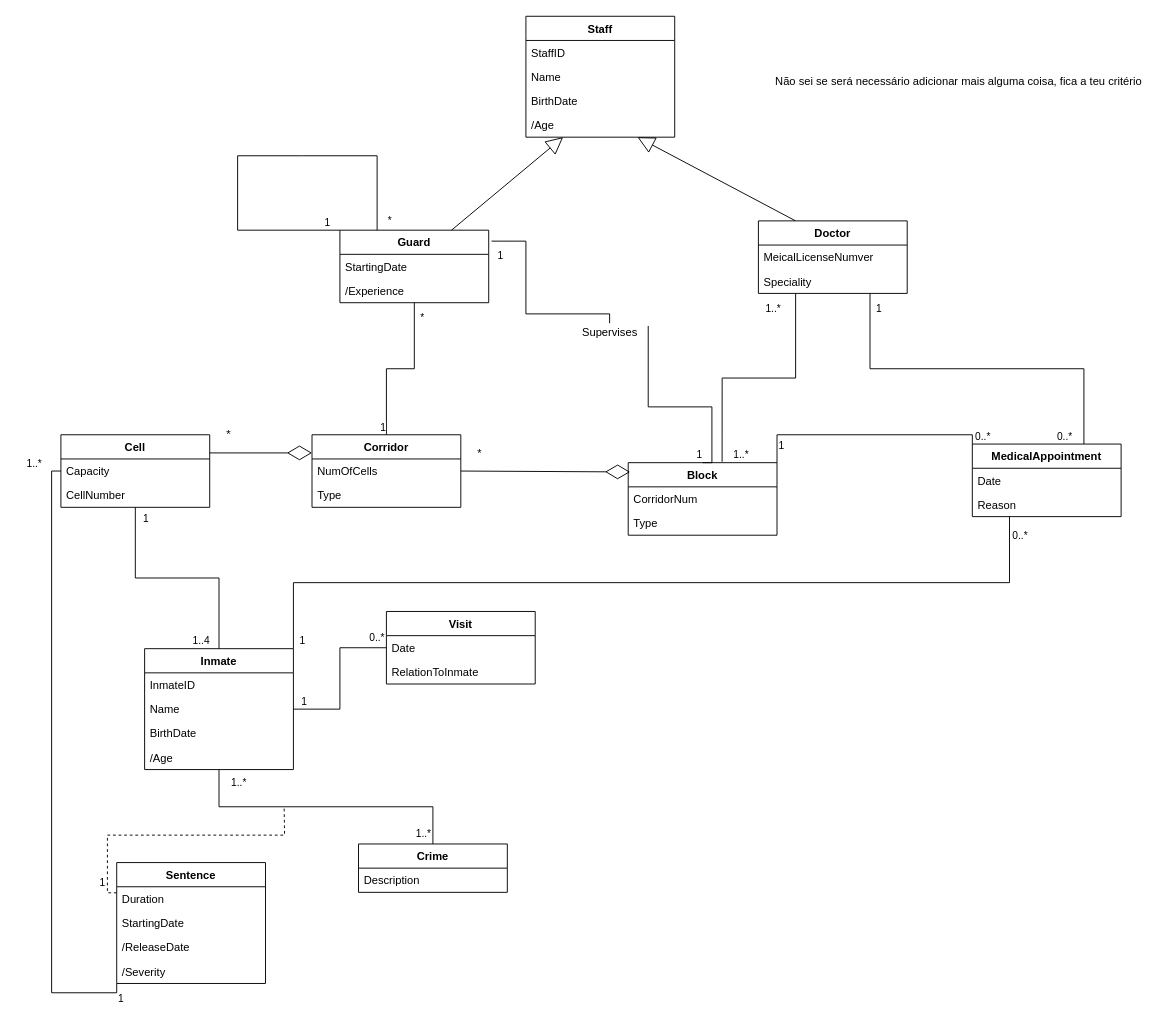
The draw.io diagram Untitled Diagram.drawio in up201706117/BD_PrisonProject, before the edit. Source tidied: cells renumbered, new cells numbered last; positions are measured from the earlier drawing's top-left corner, leaving out a move shared by most shapes. Both pictures are drawn from the tidied source at 93%, with x=0, y=0 at pixel (60, 16).
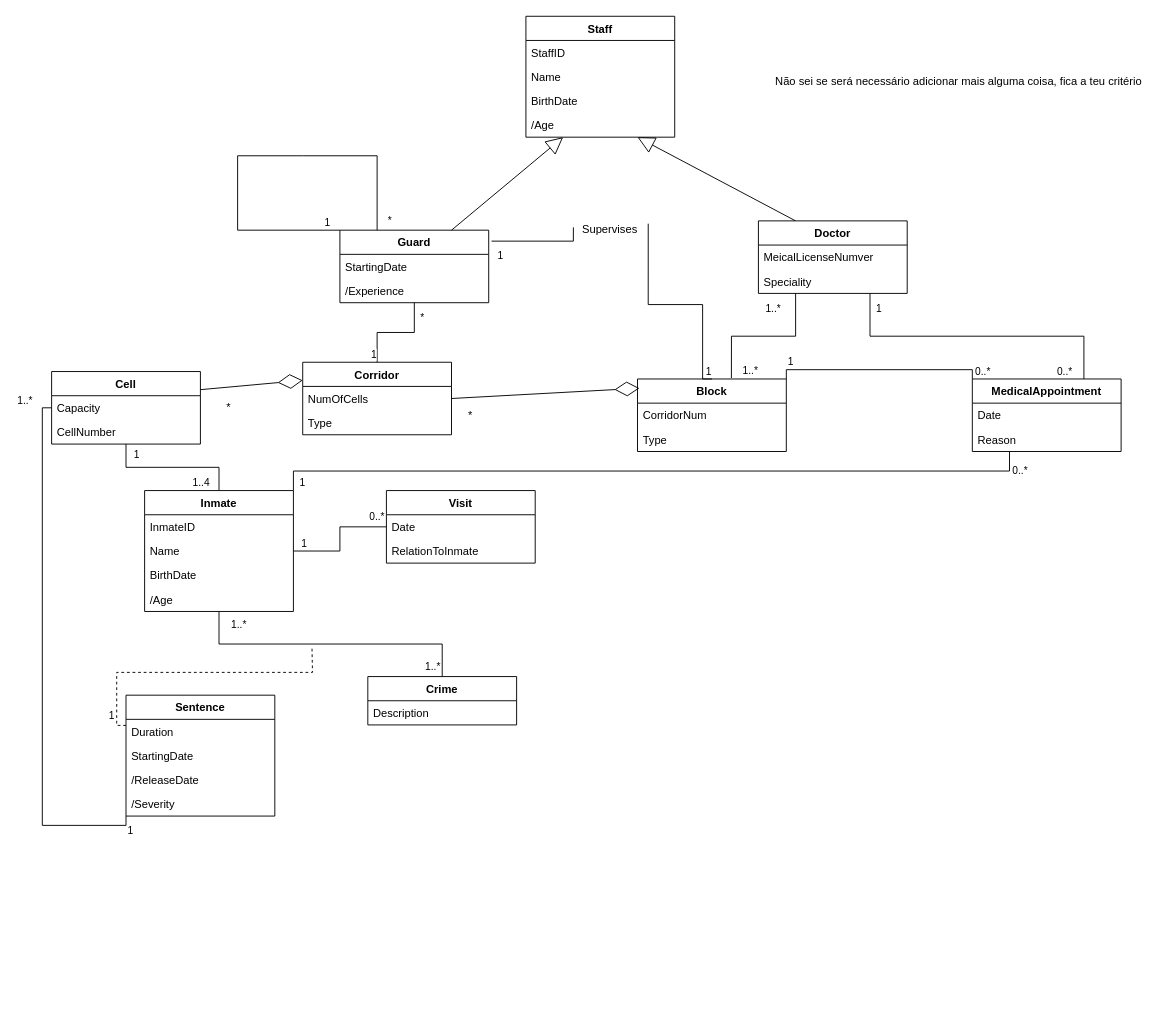
Above is the later version.

The change refers to these unchanged cells:
```xml
<mxCell id="8" value="Guard" style="swimlane;fontStyle=1;align=center;verticalAlign=top;horizontal=1;startSize=26;" parent="1" vertex="1">
  <mxGeometry x="300" y="230" width="160" height="78" as="geometry" />
</mxCell>
```

The edit, as a diff of the source:
```diff
@@
     <mxCell id="2" value="Block" style="swimlane;fontStyle=1;align=center;verticalAlign=top;horizontal=1;startSize=26;" parent="1" vertex="1">
-      <mxGeometry x="610" y="480" width="160" height="78" as="geometry" />
+      <mxGeometry x="620" y="390" width="160" height="78" as="geometry" />
     </mxCell>
@@
     <mxCell id="5" value="Corridor" style="swimlane;fontStyle=1;align=center;verticalAlign=top;horizontal=1;startSize=26;" parent="1" vertex="1">
-      <mxGeometry x="270" y="450" width="160" height="78" as="geometry" />
+      <mxGeometry x="260" y="372" width="160" height="78" as="geometry" />
     </mxCell>
@@
     <mxCell id="11" value="Visit&#10;" style="swimlane;fontStyle=1;align=center;verticalAlign=top;horizontal=1;startSize=26;" parent="1" vertex="1">
-      <mxGeometry x="350" y="640" width="160" height="78" as="geometry" />
+      <mxGeometry x="350" y="510" width="160" height="78" as="geometry" />
     </mxCell>
@@
     <mxCell id="14" value="Inmate" style="swimlane;fontStyle=1;align=center;verticalAlign=top;horizontal=1;startSize=26;" parent="1" vertex="1">
-      <mxGeometry x="90" y="680" width="160" height="130" as="geometry" />
+      <mxGeometry x="90" y="510" width="160" height="130" as="geometry" />
     </mxCell>
@@
     <mxCell id="19" value="Sentence" style="swimlane;fontStyle=1;align=center;verticalAlign=top;horizontal=1;startSize=26;" parent="1" vertex="1">
-      <mxGeometry x="60" y="910" width="160" height="130" as="geometry" />
+      <mxGeometry x="70" y="730" width="160" height="130" as="geometry" />
     </mxCell>
@@
     <mxCell id="24" value="Crime" style="swimlane;fontStyle=1;align=center;verticalAlign=top;horizontal=1;startSize=26;" parent="1" vertex="1">
-      <mxGeometry x="320" y="890" width="160" height="52" as="geometry" />
+      <mxGeometry x="330" y="710" width="160" height="52" as="geometry" />
     </mxCell>
@@
     <mxCell id="26" value="Cell" style="swimlane;fontStyle=1;align=center;verticalAlign=top;horizontal=1;startSize=26;" parent="1" vertex="1">
-      <mxGeometry y="450" width="160" height="78" as="geometry" />
+      <mxGeometry x="-10" y="382" width="160" height="78" as="geometry" />
     </mxCell>
@@
     <mxCell id="36" style="endArrow=none;html=1;edgeStyle=orthogonalEdgeStyle;rounded=0;strokeColor=#000000;exitX=1.019;exitY=0.151;exitDx=0;exitDy=0;entryX=0.5;entryY=0;entryDx=0;entryDy=0;exitPerimeter=0;startArrow=none;" parent="1" edge="1" source="64" target="2">
       <mxGeometry relative="1" as="geometry">
         <Array as="points">
-          <mxPoint x="632" y="420" />
-          <mxPoint x="700" y="420" />
+          <mxPoint x="632" y="310" />
+          <mxPoint x="690" y="310" />
+          <mxPoint x="690" y="390" />
         </Array>
       </mxGeometry>
     </mxCell>
@@
     <mxCell id="41" value="MedicalAppointment" style="swimlane;fontStyle=1;align=center;verticalAlign=top;horizontal=1;startSize=26;" parent="1" vertex="1">
-      <mxGeometry x="980" y="460" width="160" height="78" as="geometry" />
+      <mxGeometry x="980" y="390" width="160" height="78" as="geometry" />
     </mxCell>
@@
     <mxCell id="50" style="endArrow=none;html=1;edgeStyle=orthogonalEdgeStyle;rounded=0;strokeColor=#000000;exitX=0;exitY=0.25;exitDx=0;exitDy=0;dashed=1;" parent="1" edge="1" source="19">
       <mxGeometry relative="1" as="geometry">
-        <mxPoint x="240" y="850" as="targetPoint" />
+        <mxPoint x="270" y="680" as="targetPoint" />
       </mxGeometry>
     </mxCell>
@@
     <mxCell id="64" value="Supervises" style="text;html=1;align=center;verticalAlign=middle;points=[];strokeColor=none;fillColor=none;" parent="1" vertex="1">
-      <mxGeometry x="550" y="330" width="80" height="20" as="geometry" />
+      <mxGeometry x="550" y="220" width="80" height="20" as="geometry" />
     </mxCell>
-    <mxCell id="65" style="endArrow=none;html=1;edgeStyle=orthogonalEdgeStyle;rounded=0;strokeColor=#000000;exitX=1.019;exitY=0.151;exitDx=0;exitDy=0;entryX=0.5;entryY=0;entryDx=0;entryDy=0;exitPerimeter=0;" parent="1" edge="1" source="8" target="64">
+    <mxCell id="65" style="endArrow=none;html=1;edgeStyle=orthogonalEdgeStyle;rounded=0;strokeColor=#000000;exitX=1.019;exitY=0.151;exitDx=0;exitDy=0;exitPerimeter=0;entryX=0.013;entryY=0.35;entryDx=0;entryDy=0;entryPerimeter=0;" parent="1" edge="1" source="8" target="64">
       <mxGeometry relative="1" as="geometry">
         <Array as="points">
-          <mxPoint x="500" y="242" />
-          <mxPoint x="500" y="320" />
-          <mxPoint x="590" y="320" />
+          <mxPoint x="551" y="242" />
         </Array>
       </mxGeometry>
     </mxCell>
@@
     <mxCell id="78" value="*" style="text;html=1;align=center;verticalAlign=middle;strokeColor=none;fillColor=none;" parent="1" vertex="1">
-      <mxGeometry x="440" y="460" width="20" height="20" as="geometry" />
+      <mxGeometry x="430" y="419" width="20" height="20" as="geometry" />
     </mxCell>
     <mxCell id="79" value="*" style="text;html=1;align=center;verticalAlign=middle;strokeColor=none;fillColor=none;" parent="1" vertex="1">
-      <mxGeometry x="170" y="440" width="20" height="20" as="geometry" />
+      <mxGeometry x="170" y="411" width="20" height="20" as="geometry" />
     </mxCell>
```
